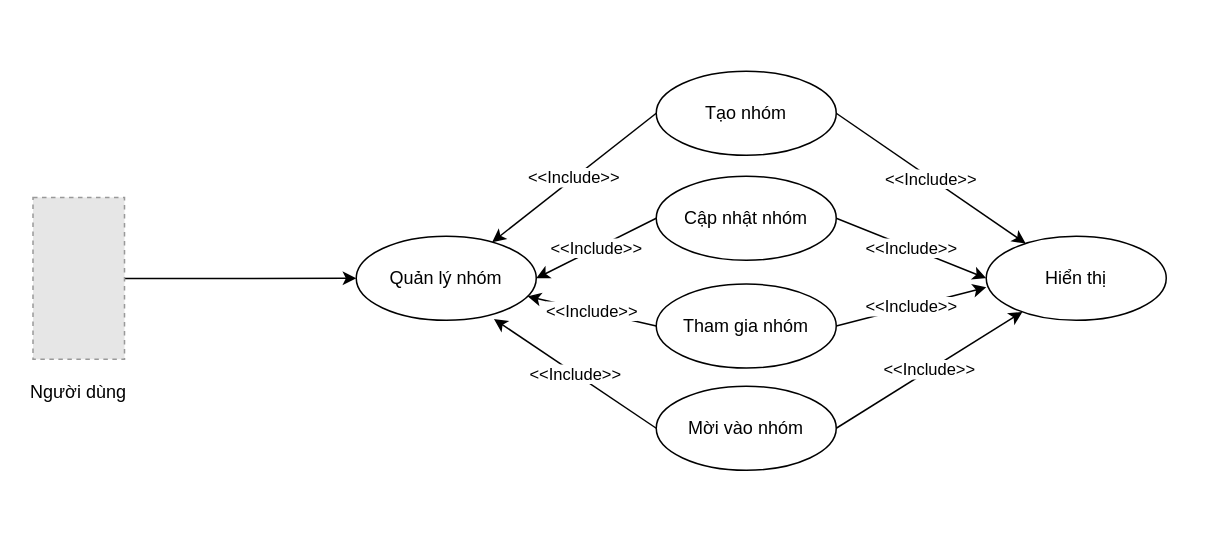
Before: phac thao do an cuoi cung/use case quan ly nhom.drawio in frozenproof/dactaphanmem, a draw.io diagram. Source tidied: cells renumbered, new cells numbered last; positions are measured from the earlier drawing's top-left corner, leaving out a move shared by most shapes. Both pictures are drawn from the tidied source at 150%, with x=0, y=0 at pixel (26, 70). Pictures stored in the file or linked from it are replaced by grey dashed boxes.
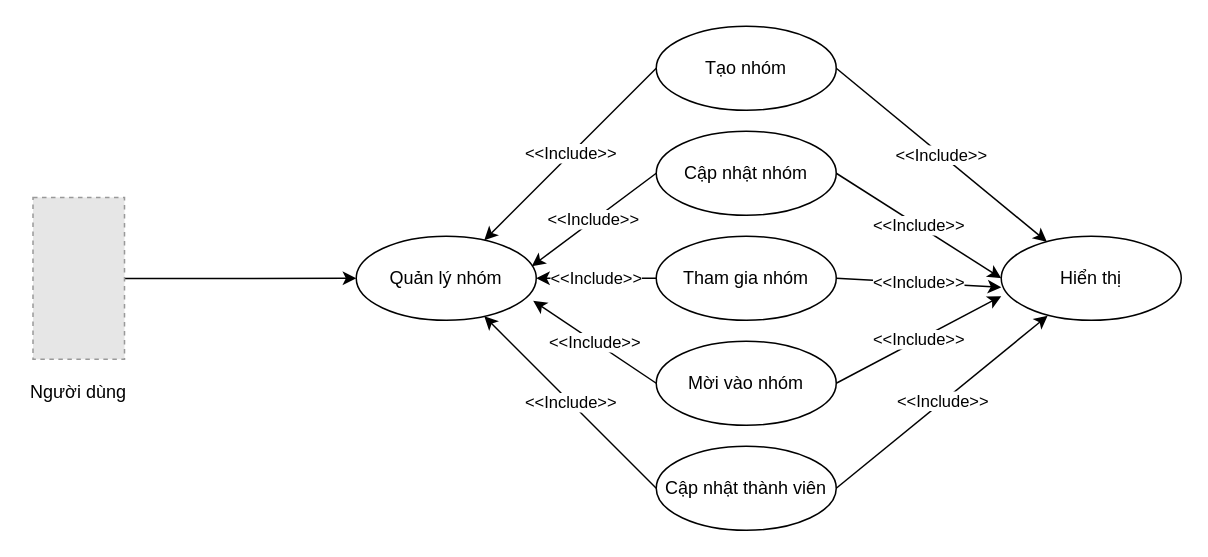
Above is the later version.

Unchanged cells that the change refers to:
```xml
<mxCell id="5" value="Quản lý nhóm" style="ellipse;whiteSpace=wrap;html=1;" parent="1" vertex="1">
  <mxGeometry x="220" y="110" width="120" height="56" as="geometry" />
</mxCell>
```

Diff of the diagram source:
```diff
@@
     <mxCell id="6" value="Cập nhật nhóm" style="ellipse;whiteSpace=wrap;html=1;" parent="1" vertex="1">
-      <mxGeometry x="420" y="70" width="120" height="56" as="geometry" />
+      <mxGeometry x="420" y="40" width="120" height="56" as="geometry" />
     </mxCell>
     <mxCell id="7" value="Tham gia nhóm" style="ellipse;whiteSpace=wrap;html=1;" parent="1" vertex="1">
-      <mxGeometry x="420" y="141.9" width="120" height="56" as="geometry" />
+      <mxGeometry x="420" y="110" width="120" height="56" as="geometry" />
     </mxCell>
-    <mxCell id="8" value="&amp;lt;&amp;lt;Include&amp;gt;&amp;gt;" style="endArrow=classic;html=1;rounded=0;exitX=0;exitY=0.5;exitDx=0;exitDy=0;entryX=1;entryY=0.5;entryDx=0;entryDy=0;" parent="1" edge="1" source="6" target="5">
+    <mxCell id="8" value="&amp;lt;&amp;lt;Include&amp;gt;&amp;gt;" style="endArrow=classic;html=1;rounded=0;exitX=0;exitY=0.5;exitDx=0;exitDy=0;entryX=0.975;entryY=0.357;entryDx=0;entryDy=0;entryPerimeter=0;" parent="1" edge="1" source="6" target="5">
       <mxGeometry relative="1" as="geometry" />
     </mxCell>
@@
     <mxCell id="10" value="Tạo nhóm" style="ellipse;whiteSpace=wrap;html=1;" parent="1" vertex="1">
-      <mxGeometry x="420" width="120" height="56" as="geometry" />
+      <mxGeometry x="420" y="-30" width="120" height="56" as="geometry" />
     </mxCell>
@@
     <mxCell id="12" value="Hiển thị" style="ellipse;whiteSpace=wrap;html=1;" parent="1" vertex="1">
-      <mxGeometry x="640" y="110" width="120" height="56" as="geometry" />
+      <mxGeometry x="650" y="110" width="120" height="56" as="geometry" />
     </mxCell>
     <mxCell id="13" value="Mời vào nhóm" style="ellipse;whiteSpace=wrap;html=1;" parent="1" vertex="1">
-      <mxGeometry x="420" y="210" width="120" height="56" as="geometry" />
+      <mxGeometry x="420" y="180" width="120" height="56" as="geometry" />
     </mxCell>
-    <mxCell id="14" value="&amp;lt;&amp;lt;Include&amp;gt;&amp;gt;" style="endArrow=classic;html=1;rounded=0;exitX=0;exitY=0.5;exitDx=0;exitDy=0;entryX=0.765;entryY=0.986;entryDx=0;entryDy=0;entryPerimeter=0;" parent="1" edge="1" source="13" target="5">
+    <mxCell id="14" value="&amp;lt;&amp;lt;Include&amp;gt;&amp;gt;" style="endArrow=classic;html=1;rounded=0;exitX=0;exitY=0.5;exitDx=0;exitDy=0;entryX=0.983;entryY=0.768;entryDx=0;entryDy=0;entryPerimeter=0;" parent="1" edge="1" source="13" target="5">
       <mxGeometry relative="1" as="geometry" />
     </mxCell>
@@
-    <mxCell id="16" value="&amp;lt;&amp;lt;Include&amp;gt;&amp;gt;" style="endArrow=classic;html=1;rounded=0;exitX=1;exitY=0.5;exitDx=0;exitDy=0;" parent="1" edge="1" source="13" target="12">
+    <mxCell id="16" value="&amp;lt;&amp;lt;Include&amp;gt;&amp;gt;" style="endArrow=classic;html=1;rounded=0;exitX=1;exitY=0.5;exitDx=0;exitDy=0;entryX=0;entryY=0.714;entryDx=0;entryDy=0;entryPerimeter=0;" parent="1" edge="1" source="13" target="12">
       <mxGeometry relative="1" as="geometry" />
     </mxCell>
@@
+    <mxCell id="19" value="Cập nhật thành viên" style="ellipse;whiteSpace=wrap;html=1;" parent="1" vertex="1">
+      <mxGeometry x="420" y="250" width="120" height="56" as="geometry" />
+    </mxCell>
+    <mxCell id="20" value="&amp;lt;&amp;lt;Include&amp;gt;&amp;gt;" style="endArrow=classic;html=1;rounded=0;exitX=1;exitY=0.5;exitDx=0;exitDy=0;entryX=0.258;entryY=0.946;entryDx=0;entryDy=0;entryPerimeter=0;" parent="1" edge="1" source="19" target="12">
+      <mxGeometry relative="1" as="geometry" />
+    </mxCell>
+    <mxCell id="21" value="&amp;lt;&amp;lt;Include&amp;gt;&amp;gt;" style="endArrow=classic;html=1;rounded=0;exitX=0;exitY=0.5;exitDx=0;exitDy=0;" parent="1" edge="1" source="19" target="5">
+      <mxGeometry relative="1" as="geometry" />
+    </mxCell>
```
